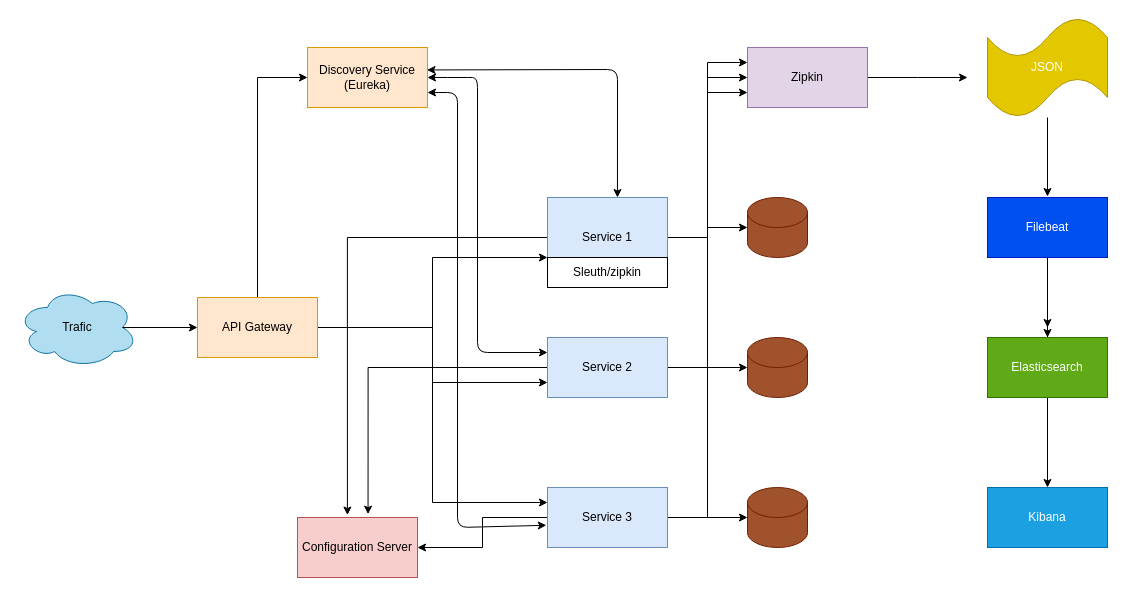
The draw.io diagram page "Seite-1" (1 of 2) of docs/Springboot-Cloud-Overview.drawio in mambarek/cma-deployment, before the edit. Source tidied: cells renumbered, new cells numbered last; positions are measured from the earlier drawing's top-left corner, leaving out a move shared by most shapes. Both pictures are drawn from the tidied source at 100%, with x=0, y=0 at pixel (17, 17).
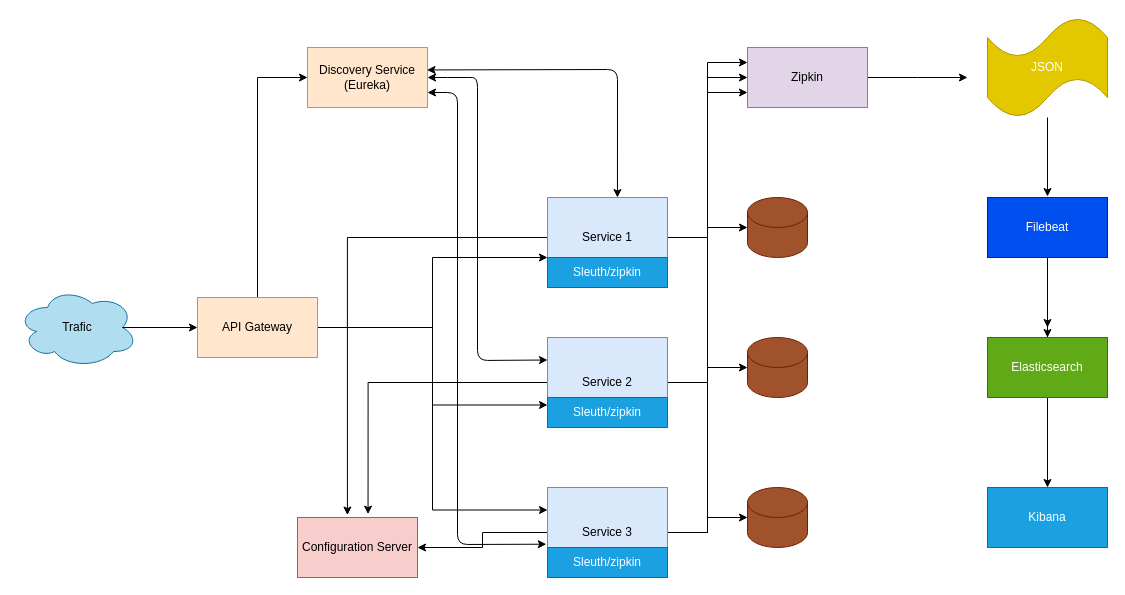
The same diagram, later.

Unchanged cells that the change refers to:
```xml
<mxCell id="20" value="Discovery Service (Eureka)" style="rounded=0;whiteSpace=wrap;html=1;fillColor=#ffe6cc;strokeColor=#d79b00;" parent="1" vertex="1">
  <mxGeometry x="290" y="30" width="120" height="60" as="geometry" />
</mxCell>
```

What changed in the source:
```diff
@@
     <mxCell id="15" value="Service 2" style="rounded=0;whiteSpace=wrap;html=1;fillColor=#dae8fc;strokeColor=#6c8ebf;" parent="1" vertex="1">
-      <mxGeometry x="530" y="320" width="120" height="60" as="geometry" />
+      <mxGeometry x="530" y="320" width="120" height="90" as="geometry" />
     </mxCell>
@@
     <mxCell id="19" value="Service 3" style="rounded=0;whiteSpace=wrap;html=1;fillColor=#dae8fc;strokeColor=#6c8ebf;" parent="1" vertex="1">
-      <mxGeometry x="530" y="470" width="120" height="60" as="geometry" />
+      <mxGeometry x="530" y="470" width="120" height="90" as="geometry" />
     </mxCell>
@@
     <mxCell id="37" style="endArrow=classic;startArrow=classic;html=1;exitX=1;exitY=0.5;exitDx=0;exitDy=0;entryX=0;entryY=0.25;entryDx=0;entryDy=0;" parent="1" edge="1" source="20" target="15">
       <mxGeometry relative="1" as="geometry">
         <Array as="points">
           <mxPoint x="440" y="60" />
           <mxPoint x="460" y="60" />
-          <mxPoint x="460" y="335" />
+          <mxPoint x="460" y="343" />
         </Array>
       </mxGeometry>
     </mxCell>
     <mxCell id="38" style="endArrow=classic;startArrow=classic;html=1;entryX=-0.01;entryY=0.63;entryDx=0;entryDy=0;entryPerimeter=0;exitX=1;exitY=0.75;exitDx=0;exitDy=0;" parent="1" edge="1" source="20" target="19">
       <mxGeometry relative="1" as="geometry">
         <Array as="points">
           <mxPoint x="440" y="75" />
-          <mxPoint x="440" y="510" />
+          <mxPoint x="440" y="527" />
         </Array>
       </mxGeometry>
     </mxCell>
-    <mxCell id="39" value="Sleuth/zipkin" style="rounded=0;whiteSpace=wrap;html=1;" parent="1" vertex="1">
+    <mxCell id="39" value="Sleuth/zipkin" style="rounded=0;whiteSpace=wrap;html=1;fillColor=#1ba1e2;strokeColor=#006EAF;fontColor=#ffffff;" parent="1" vertex="1">
       <mxGeometry x="530" y="240" width="120" height="30" as="geometry" />
     </mxCell>
+    <mxCell id="40" value="Sleuth/zipkin" style="rounded=0;whiteSpace=wrap;html=1;fillColor=#1ba1e2;strokeColor=#006EAF;fontColor=#ffffff;" parent="1" vertex="1">
+      <mxGeometry x="530" y="380" width="120" height="30" as="geometry" />
+    </mxCell>
+    <mxCell id="41" value="Sleuth/zipkin" style="rounded=0;whiteSpace=wrap;html=1;fillColor=#1ba1e2;strokeColor=#006EAF;fontColor=#ffffff;" parent="1" vertex="1">
+      <mxGeometry x="530" y="530" width="120" height="30" as="geometry" />
+    </mxCell>
```
